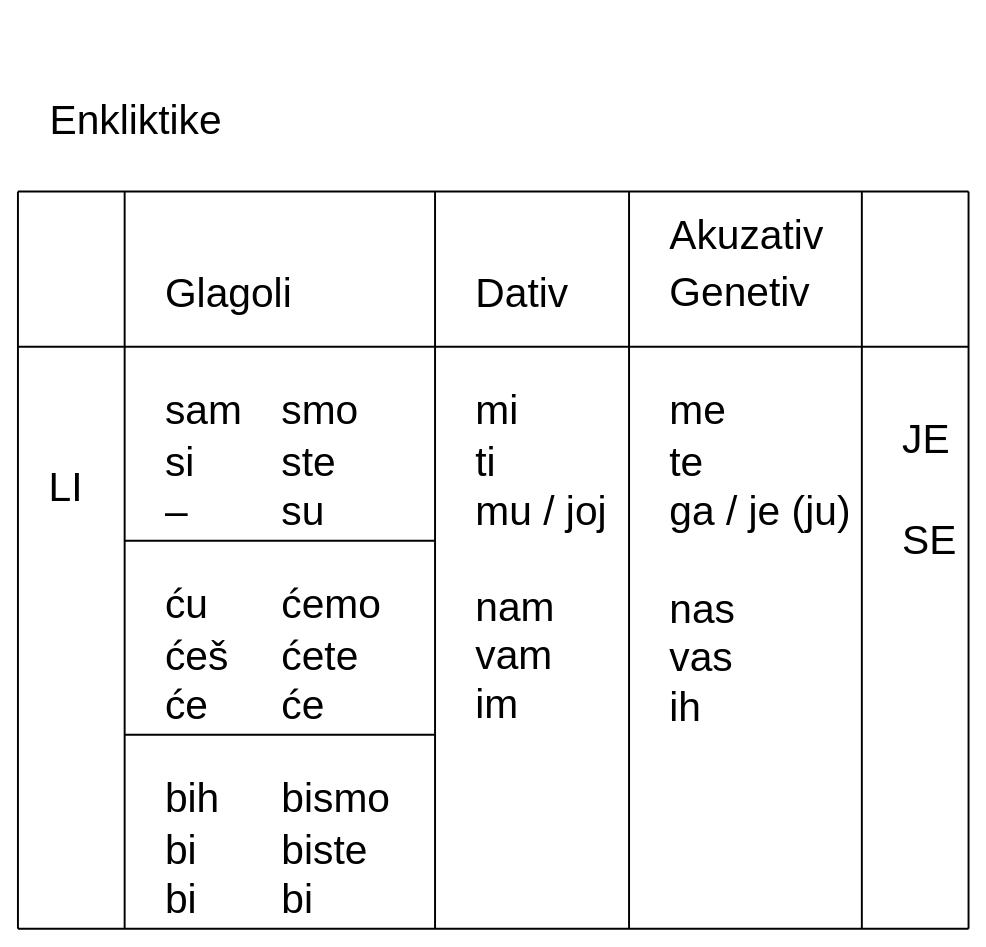
Above: draws/Enkliktike.drawio in vlandivir/srpski (draw.io), before the change. Source tidied: cells renumbered, new cells numbered last; positions are measured from the earlier drawing's top-left corner, leaving out a move shared by most shapes. Both pictures are drawn from the tidied source at 97%, with x=0, y=0 at pixel (17, 85).
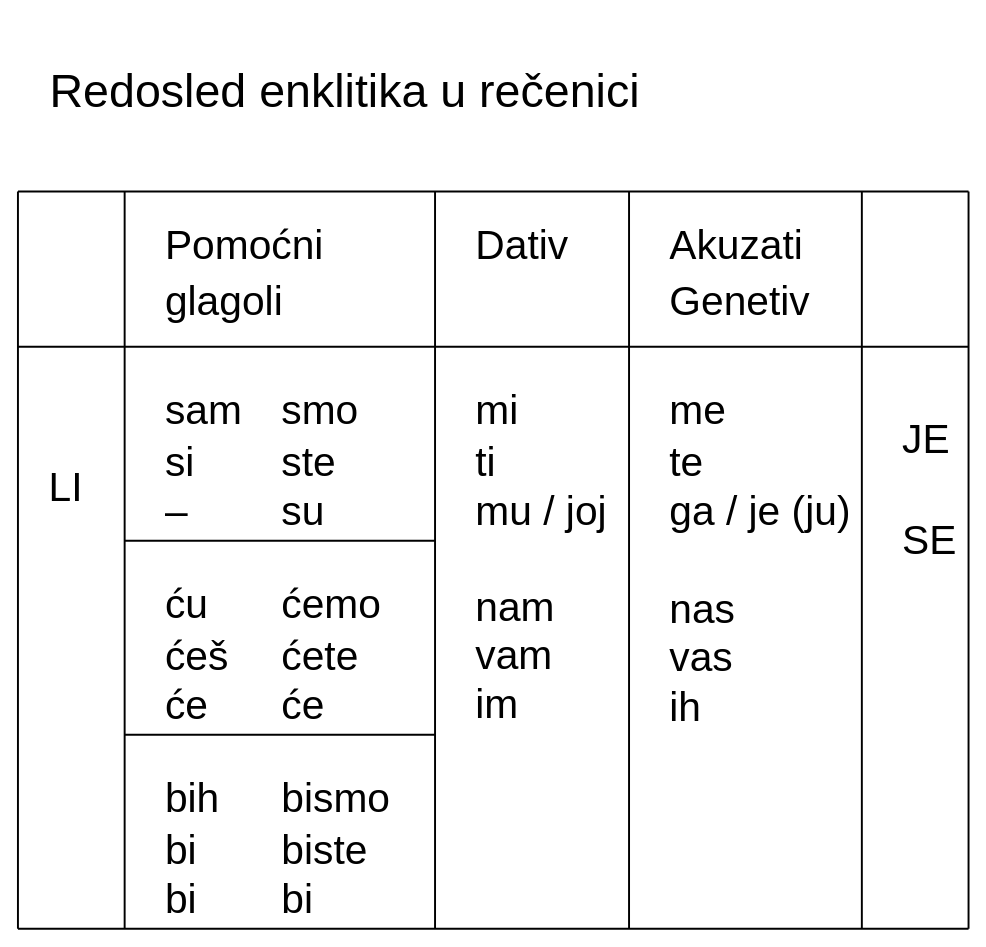
After the change.

Diff of the diagram source:
```diff
@@
-    <mxCell id="2" value="&lt;h1 style=&quot;font-style: normal; font-variant-caps: normal; letter-spacing: normal; text-align: start; text-indent: 0px; text-transform: none; white-space: normal; word-spacing: 0px; -webkit-text-stroke-width: 0px; text-decoration: none; color: rgb(0, 0, 0); font-weight: normal; margin: 0px; padding: 0px; overflow: hidden; border: 0px; font-size: 42px; line-height: 1.375; word-wrap: break-word; flex-grow: 1;&quot; dir=&quot;ltr&quot; lang=&quot;sr-Latn&quot; class=&quot;firstHeading mw-first-heading&quot; id=&quot;firstHeading&quot;&gt;&lt;span class=&quot;mw-page-title-main&quot; style=&quot;font-size: 42px;&quot;&gt;Enkliktike&lt;/span&gt;&lt;/h1&gt;" style="text;whiteSpace=wrap;html=1;fontSize=42;fontFamily=Helvetica;" parent="1" vertex="1">
-      <mxGeometry x="31" width="230" height="50" as="geometry" />
+    <mxCell id="2" value="&lt;h1 style=&quot;font-style: normal; font-variant-caps: normal; letter-spacing: normal; text-align: start; text-indent: 0px; text-transform: none; white-space: normal; word-spacing: 0px; -webkit-text-stroke-width: 0px; text-decoration: none; color: rgb(0, 0, 0); font-weight: normal; margin: 0px; padding: 0px; overflow: hidden; border: 0px; line-height: 1.375; word-wrap: break-word; flex-grow: 1;&quot; dir=&quot;ltr&quot; lang=&quot;sr-Latn&quot; class=&quot;firstHeading mw-first-heading&quot; id=&quot;firstHeading&quot;&gt;&lt;font style=&quot;font-size: 48px;&quot;&gt;Redosled enklitika u rečenici&lt;/font&gt;&lt;br&gt;&lt;/h1&gt;" style="text;whiteSpace=wrap;html=1;fontSize=42;fontFamily=Helvetica;" parent="1" vertex="1">
+      <mxGeometry x="31" y="-71" width="921" height="100" as="geometry" />
     </mxCell>
@@
-    <mxCell id="4" value="&lt;h1 style=&quot;font-style: normal; font-variant-caps: normal; letter-spacing: normal; text-align: start; text-indent: 0px; text-transform: none; white-space: normal; word-spacing: 0px; -webkit-text-stroke-width: 0px; text-decoration: none; color: rgb(0, 0, 0); font-weight: normal; margin: 0px; padding: 0px; overflow: hidden; border: 0px; font-size: 42px; line-height: 1.375; word-wrap: break-word; flex-grow: 1;&quot; dir=&quot;ltr&quot; lang=&quot;sr-Latn&quot; class=&quot;firstHeading mw-first-heading&quot; id=&quot;firstHeading&quot;&gt;Glagoli&lt;/h1&gt;" style="text;whiteSpace=wrap;html=1;fontSize=42;fontFamily=Helvetica;strokeWidth=2;" parent="1" vertex="1">
-      <mxGeometry x="150" y="179" width="180" height="50" as="geometry" />
+    <mxCell id="4" value="&lt;h1 style=&quot;font-style: normal; font-variant-caps: normal; letter-spacing: normal; text-align: start; text-indent: 0px; text-transform: none; white-space: normal; word-spacing: 0px; -webkit-text-stroke-width: 0px; text-decoration: none; color: rgb(0, 0, 0); font-weight: normal; margin: 0px; padding: 0px; overflow: hidden; border: 0px; font-size: 42px; line-height: 1.375; word-wrap: break-word; flex-grow: 1;&quot; dir=&quot;ltr&quot; lang=&quot;sr-Latn&quot; class=&quot;firstHeading mw-first-heading&quot; id=&quot;firstHeading&quot;&gt;Pomoćni glagoli&lt;/h1&gt;" style="text;whiteSpace=wrap;html=1;fontSize=42;fontFamily=Helvetica;strokeWidth=2;" parent="1" vertex="1">
+      <mxGeometry x="150" y="129" width="180" height="50" as="geometry" />
     </mxCell>
     <mxCell id="5" value="&lt;h1 style=&quot;font-style: normal; font-variant-caps: normal; letter-spacing: normal; text-align: start; text-indent: 0px; text-transform: none; white-space: normal; word-spacing: 0px; -webkit-text-stroke-width: 0px; text-decoration: none; color: rgb(0, 0, 0); font-weight: normal; margin: 0px; padding: 0px; overflow: hidden; border: 0px; font-size: 42px; line-height: 1.375; word-wrap: break-word; flex-grow: 1;&quot; dir=&quot;ltr&quot; lang=&quot;sr-Latn&quot; class=&quot;firstHeading mw-first-heading&quot; id=&quot;firstHeading&quot;&gt;Dativ&lt;/h1&gt;" style="text;whiteSpace=wrap;html=1;fontSize=42;fontFamily=Helvetica;strokeWidth=2;" parent="1" vertex="1">
-      <mxGeometry x="470" y="179" width="180" height="50" as="geometry" />
+      <mxGeometry x="470" y="129" width="180" height="50" as="geometry" />
     </mxCell>
-    <mxCell id="6" value="&lt;h1 style=&quot;font-style: normal; font-variant-caps: normal; letter-spacing: normal; text-align: start; text-indent: 0px; text-transform: none; white-space: normal; word-spacing: 0px; -webkit-text-stroke-width: 0px; text-decoration: none; color: rgb(0, 0, 0); font-weight: normal; margin: 0px; padding: 0px; overflow: hidden; border: 0px; font-size: 42px; line-height: 1.375; word-wrap: break-word; flex-grow: 1;&quot; dir=&quot;ltr&quot; lang=&quot;sr-Latn&quot; class=&quot;firstHeading mw-first-heading&quot; id=&quot;firstHeading&quot;&gt;Akuzativ&lt;/h1&gt;&lt;h1 style=&quot;font-style: normal; font-variant-caps: normal; letter-spacing: normal; text-align: start; text-indent: 0px; text-transform: none; white-space: normal; word-spacing: 0px; -webkit-text-stroke-width: 0px; text-decoration: none; color: rgb(0, 0, 0); font-weight: normal; margin: 0px; padding: 0px; overflow: hidden; border: 0px; font-size: 42px; line-height: 1.375; word-wrap: break-word; flex-grow: 1;&quot; dir=&quot;ltr&quot; lang=&quot;sr-Latn&quot; class=&quot;firstHeading mw-first-heading&quot; id=&quot;firstHeading&quot;&gt;Genetiv&amp;nbsp;&lt;br&gt;&lt;/h1&gt;" style="text;whiteSpace=wrap;html=1;fontSize=42;fontFamily=Helvetica;strokeWidth=2;" parent="1" vertex="1">
-      <mxGeometry x="670" y="119" width="180" height="50" as="geometry" />
+    <mxCell id="6" value="&lt;h1 style=&quot;font-style: normal; font-variant-caps: normal; letter-spacing: normal; text-align: start; text-indent: 0px; text-transform: none; white-space: normal; word-spacing: 0px; -webkit-text-stroke-width: 0px; text-decoration: none; color: rgb(0, 0, 0); font-weight: normal; margin: 0px; padding: 0px; overflow: hidden; border: 0px; font-size: 42px; line-height: 1.375; word-wrap: break-word; flex-grow: 1;&quot; dir=&quot;ltr&quot; lang=&quot;sr-Latn&quot; class=&quot;firstHeading mw-first-heading&quot; id=&quot;firstHeading&quot;&gt;Akuzati&lt;/h1&gt;&lt;h1 style=&quot;font-style: normal; font-variant-caps: normal; letter-spacing: normal; text-align: start; text-indent: 0px; text-transform: none; white-space: normal; word-spacing: 0px; -webkit-text-stroke-width: 0px; text-decoration: none; color: rgb(0, 0, 0); font-weight: normal; margin: 0px; padding: 0px; overflow: hidden; border: 0px; font-size: 42px; line-height: 1.375; word-wrap: break-word; flex-grow: 1;&quot; dir=&quot;ltr&quot; lang=&quot;sr-Latn&quot; class=&quot;firstHeading mw-first-heading&quot; id=&quot;firstHeading&quot;&gt;Genetiv&amp;nbsp;&lt;/h1&gt;" style="text;whiteSpace=wrap;html=1;fontSize=42;fontFamily=Helvetica;strokeWidth=2;" parent="1" vertex="1">
+      <mxGeometry x="670" y="129" width="180" height="50" as="geometry" />
     </mxCell>
```
